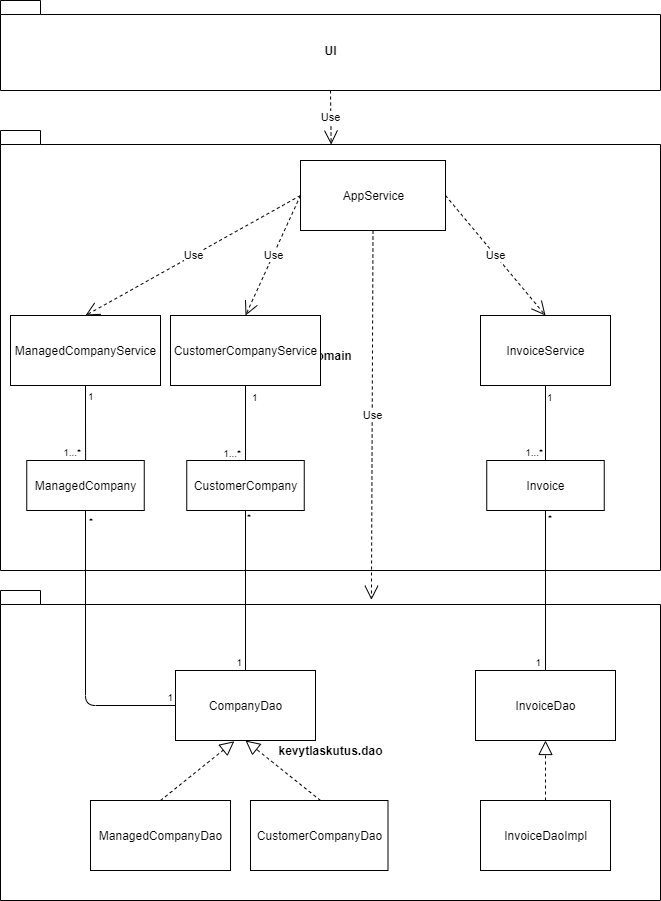
Before: documentation/pakkausluokkakaavio-revisio.png, a diagram exported from draw.io (ilkkamaksy/kevytlaskutus). Source tidied: cells renumbered, new cells last; positions are measured from the earlier drawing's top-left corner, leaving out a move shared by most shapes. The source it was exported from:
```xml
<mxGraphModel>
  <root>
    <mxCell id="0" />
    <mxCell id="1" parent="0" />
    <mxCell id="2" value="domain" style="shape=folder;fontStyle=1;spacingTop=10;tabWidth=40;tabHeight=14;tabPosition=left;html=1;" parent="1" vertex="1">
      <mxGeometry y="130" width="660" height="440" as="geometry" />
    </mxCell>
    <mxCell id="3" value="kevytlaskutus.dao" style="shape=folder;fontStyle=1;spacingTop=10;tabWidth=40;tabHeight=14;tabPosition=left;html=1;" parent="1" vertex="1">
      <mxGeometry y="590" width="660" height="310" as="geometry" />
    </mxCell>
    <mxCell id="4" value="UI" style="shape=folder;fontStyle=1;spacingTop=10;tabWidth=40;tabHeight=14;tabPosition=left;html=1;" parent="1" vertex="1">
      <mxGeometry width="660" height="90" as="geometry" />
    </mxCell>
    <mxCell id="5" value="AppService" style="html=1;" parent="1" vertex="1">
      <mxGeometry x="300" y="160" width="145" height="70" as="geometry" />
    </mxCell>
    <mxCell id="6" value="CustomerCompanyService" style="html=1;" parent="1" vertex="1">
      <mxGeometry x="170" y="315" width="150" height="70" as="geometry" />
    </mxCell>
    <mxCell id="7" value="ManagedCompanyService" style="html=1;" parent="1" vertex="1">
      <mxGeometry x="10" y="315" width="150" height="70" as="geometry" />
    </mxCell>
    <mxCell id="8" value="InvoiceService" style="html=1;" parent="1" vertex="1">
      <mxGeometry x="480" y="315" width="130" height="70" as="geometry" />
    </mxCell>
    <mxCell id="9" value="CustomerCompany" style="html=1;" parent="1" vertex="1">
      <mxGeometry x="186.2" y="460" width="117.5" height="50" as="geometry" />
    </mxCell>
    <mxCell id="10" value="ManagedCompany" style="html=1;" parent="1" vertex="1">
      <mxGeometry x="26.2" y="460" width="117.5" height="50" as="geometry" />
    </mxCell>
    <mxCell id="11" value="Invoice" style="html=1;" parent="1" vertex="1">
      <mxGeometry x="486.2" y="460" width="117.5" height="50" as="geometry" />
    </mxCell>
    <mxCell id="12" value="Use" style="endArrow=open;endSize=12;dashed=1;html=1;exitX=0.5;exitY=1;exitDx=0;exitDy=0;entryX=0.562;entryY=0.03;entryDx=0;entryDy=0;entryPerimeter=0;" parent="1" edge="1" source="5" target="3">
      <mxGeometry relative="1" as="geometry" />
    </mxCell>
    <mxCell id="13" value="InvoiceDaoImpl" style="html=1;" parent="1" vertex="1">
      <mxGeometry x="480" y="800" width="130" height="70" as="geometry" />
    </mxCell>
    <mxCell id="14" value="CustomerCompanyDao" style="html=1;" parent="1" vertex="1">
      <mxGeometry x="250" y="800" width="137.5" height="70" as="geometry" />
    </mxCell>
    <mxCell id="15" value="ManagedCompanyDao" style="html=1;" parent="1" vertex="1">
      <mxGeometry x="90" y="800" width="140" height="70" as="geometry" />
    </mxCell>
    <mxCell id="16" value="CompanyDao" style="html=1;" parent="1" vertex="1">
      <mxGeometry x="175" y="670" width="140" height="70" as="geometry" />
    </mxCell>
    <mxCell id="17" value="InvoiceDao" style="html=1;" parent="1" vertex="1">
      <mxGeometry x="475" y="670" width="140" height="70" as="geometry" />
    </mxCell>
    <mxCell id="18" style="endArrow=block;dashed=1;endFill=0;endSize=12;html=1;entryX=0.5;entryY=1;entryDx=0;entryDy=0;" parent="1" edge="1" target="16">
      <mxGeometry relative="1" as="geometry">
        <mxPoint x="320" y="800" as="sourcePoint" />
      </mxGeometry>
    </mxCell>
    <mxCell id="19" style="endArrow=block;dashed=1;endFill=0;endSize=12;html=1;entryX=0.42;entryY=1.011;entryDx=0;entryDy=0;entryPerimeter=0;exitX=0.5;exitY=0;exitDx=0;exitDy=0;" parent="1" edge="1" source="15" target="16">
      <mxGeometry relative="1" as="geometry" />
    </mxCell>
    <mxCell id="20" style="endArrow=block;dashed=1;endFill=0;endSize=12;html=1;entryX=0.5;entryY=1;entryDx=0;entryDy=0;exitX=0.5;exitY=0;exitDx=0;exitDy=0;" parent="1" edge="1" source="13" target="17">
      <mxGeometry relative="1" as="geometry" />
    </mxCell>
    <mxCell id="21" value="Use" style="endArrow=open;endSize=12;dashed=1;html=1;exitX=0.5;exitY=1;exitDx=0;exitDy=0;exitPerimeter=0;entryX=0.501;entryY=0.032;entryDx=0;entryDy=0;entryPerimeter=0;" parent="1" edge="1" source="4" target="2">
      <mxGeometry relative="1" as="geometry" />
    </mxCell>
    <mxCell id="22" value="Use" style="endArrow=open;endSize=12;dashed=1;html=1;exitX=0;exitY=0.5;exitDx=0;exitDy=0;entryX=0.5;entryY=0;entryDx=0;entryDy=0;" parent="1" edge="1" source="5" target="7">
      <mxGeometry relative="1" as="geometry" />
    </mxCell>
    <mxCell id="23" value="Use" style="endArrow=open;endSize=12;dashed=1;html=1;exitX=0;exitY=0.5;exitDx=0;exitDy=0;entryX=0.5;entryY=0;entryDx=0;entryDy=0;" parent="1" edge="1" source="5" target="6">
      <mxGeometry relative="1" as="geometry" />
    </mxCell>
    <mxCell id="24" value="Use" style="endArrow=open;endSize=12;dashed=1;html=1;exitX=1;exitY=0.5;exitDx=0;exitDy=0;entryX=0.5;entryY=0;entryDx=0;entryDy=0;" parent="1" edge="1" source="5" target="8">
      <mxGeometry relative="1" as="geometry" />
    </mxCell>
    <mxCell id="25" style="endArrow=none;html=1;edgeStyle=orthogonalEdgeStyle;exitX=0.5;exitY=1;exitDx=0;exitDy=0;" parent="1" edge="1" source="7" target="10">
      <mxGeometry relative="1" as="geometry" />
    </mxCell>
    <mxCell id="26" value="1" style="html=1;align=left;verticalAlign=bottom;labelBackgroundColor=#ffffff;fontSize=10;" parent="25" vertex="1">
      <mxGeometry x="-1" relative="1" as="geometry">
        <mxPoint x="1" y="19" as="offset" />
      </mxGeometry>
    </mxCell>
    <mxCell id="27" value="1...*" style="html=1;align=right;verticalAlign=bottom;labelBackgroundColor=#ffffff;fontSize=10;" parent="25" vertex="1">
      <mxGeometry x="1" relative="1" as="geometry">
        <mxPoint x="-4" as="offset" />
      </mxGeometry>
    </mxCell>
    <mxCell id="28" style="endArrow=none;html=1;edgeStyle=orthogonalEdgeStyle;exitX=0.5;exitY=1;exitDx=0;exitDy=0;entryX=0.5;entryY=0;entryDx=0;entryDy=0;" parent="1" edge="1" source="6" target="9">
      <mxGeometry relative="1" as="geometry" />
    </mxCell>
    <mxCell id="29" value="1" style="html=1;align=left;verticalAlign=bottom;labelBackgroundColor=#ffffff;fontSize=10;" parent="28" vertex="1">
      <mxGeometry x="-1" relative="1" as="geometry">
        <mxPoint x="5" y="20" as="offset" />
      </mxGeometry>
    </mxCell>
    <mxCell id="30" value="1...*" style="html=1;align=right;verticalAlign=bottom;labelBackgroundColor=#ffffff;fontSize=10;" parent="28" vertex="1">
      <mxGeometry x="1" relative="1" as="geometry">
        <mxPoint x="-4" y="1" as="offset" />
      </mxGeometry>
    </mxCell>
    <mxCell id="31" style="endArrow=none;html=1;edgeStyle=orthogonalEdgeStyle;exitX=0.5;exitY=1;exitDx=0;exitDy=0;entryX=0.5;entryY=0;entryDx=0;entryDy=0;" parent="1" edge="1" source="8" target="11">
      <mxGeometry relative="1" as="geometry" />
    </mxCell>
    <mxCell id="32" value="1" style="html=1;align=left;verticalAlign=bottom;labelBackgroundColor=#ffffff;fontSize=10;" parent="31" vertex="1">
      <mxGeometry x="-1" relative="1" as="geometry">
        <mxPoint y="20" as="offset" />
      </mxGeometry>
    </mxCell>
    <mxCell id="33" value="1...*" style="html=1;align=right;verticalAlign=bottom;labelBackgroundColor=#ffffff;fontSize=10;" parent="31" vertex="1">
      <mxGeometry x="1" relative="1" as="geometry">
        <mxPoint x="-2" as="offset" />
      </mxGeometry>
    </mxCell>
    <mxCell id="34" style="endArrow=none;html=1;edgeStyle=orthogonalEdgeStyle;exitX=0.5;exitY=1;exitDx=0;exitDy=0;entryX=0.5;entryY=0;entryDx=0;entryDy=0;" parent="1" edge="1" source="11" target="17">
      <mxGeometry relative="1" as="geometry" />
    </mxCell>
    <mxCell id="35" value="*" style="html=1;align=left;verticalAlign=bottom;labelBackgroundColor=#ffffff;fontSize=10;" parent="34" vertex="1">
      <mxGeometry x="-1" relative="1" as="geometry">
        <mxPoint x="1" y="16" as="offset" />
      </mxGeometry>
    </mxCell>
    <mxCell id="36" value="1" style="html=1;align=right;verticalAlign=bottom;labelBackgroundColor=#ffffff;fontSize=10;" parent="34" vertex="1">
      <mxGeometry x="1" relative="1" as="geometry">
        <mxPoint x="-4" as="offset" />
      </mxGeometry>
    </mxCell>
    <mxCell id="37" style="endArrow=none;html=1;edgeStyle=orthogonalEdgeStyle;exitX=0.5;exitY=1;exitDx=0;exitDy=0;entryX=0.5;entryY=0;entryDx=0;entryDy=0;" parent="1" edge="1" source="9" target="16">
      <mxGeometry relative="1" as="geometry" />
    </mxCell>
    <mxCell id="38" value="*" style="html=1;align=left;verticalAlign=bottom;labelBackgroundColor=#ffffff;fontSize=10;" parent="37" vertex="1">
      <mxGeometry x="-1" relative="1" as="geometry">
        <mxPoint y="15" as="offset" />
      </mxGeometry>
    </mxCell>
    <mxCell id="39" value="1" style="html=1;align=right;verticalAlign=bottom;labelBackgroundColor=#ffffff;fontSize=10;" parent="37" vertex="1">
      <mxGeometry x="1" relative="1" as="geometry">
        <mxPoint x="-3" as="offset" />
      </mxGeometry>
    </mxCell>
    <mxCell id="40" style="endArrow=none;html=1;edgeStyle=orthogonalEdgeStyle;exitX=0.5;exitY=1;exitDx=0;exitDy=0;entryX=0;entryY=0.5;entryDx=0;entryDy=0;" parent="1" edge="1" source="10" target="16">
      <mxGeometry relative="1" as="geometry" />
    </mxCell>
    <mxCell id="41" value="*" style="html=1;align=left;verticalAlign=bottom;labelBackgroundColor=#ffffff;fontSize=10;" parent="40" vertex="1">
      <mxGeometry x="-1" relative="1" as="geometry">
        <mxPoint x="2" y="19" as="offset" />
      </mxGeometry>
    </mxCell>
    <mxCell id="42" value="1" style="html=1;align=right;verticalAlign=bottom;labelBackgroundColor=#ffffff;fontSize=10;" parent="40" vertex="1">
      <mxGeometry x="1" relative="1" as="geometry">
        <mxPoint x="-2" as="offset" />
      </mxGeometry>
    </mxCell>
  </root>
</mxGraphModel>
```
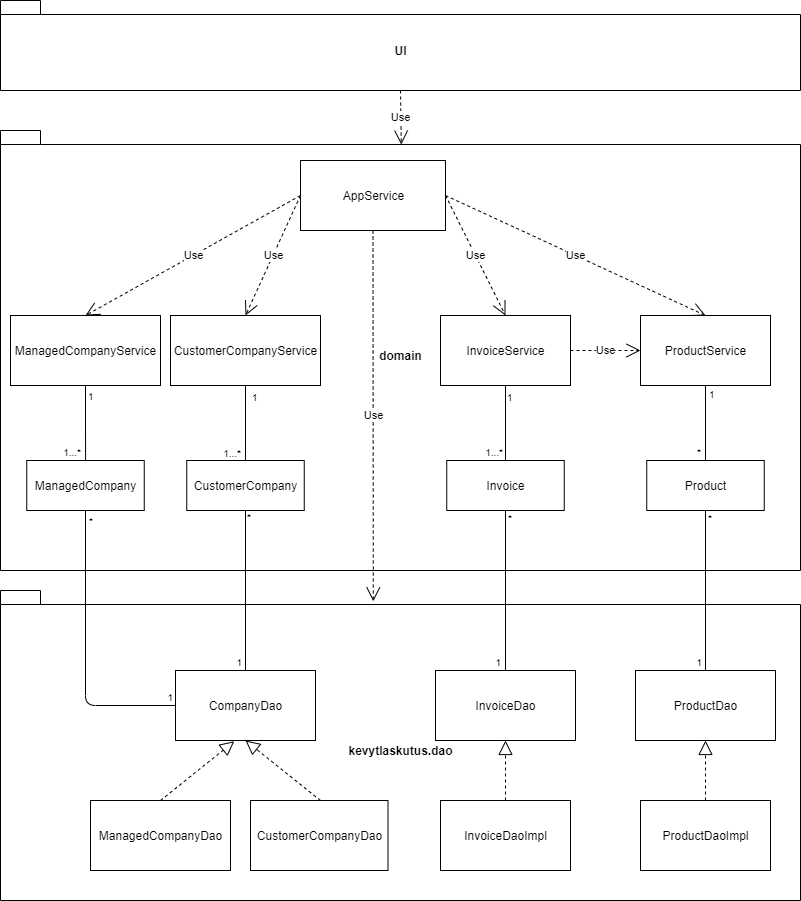
The same file after the commit.

Change to the diagram source:
```diff
@@ -3,13 +3,13 @@
     <mxCell id="0" />
     <mxCell id="1" parent="0" />
     <mxCell id="2" value="domain" style="shape=folder;fontStyle=1;spacingTop=10;tabWidth=40;tabHeight=14;tabPosition=left;html=1;" parent="1" vertex="1">
-      <mxGeometry y="130" width="660" height="440" as="geometry" />
+      <mxGeometry y="130" width="800" height="440" as="geometry" />
     </mxCell>
     <mxCell id="3" value="kevytlaskutus.dao" style="shape=folder;fontStyle=1;spacingTop=10;tabWidth=40;tabHeight=14;tabPosition=left;html=1;" parent="1" vertex="1">
-      <mxGeometry y="590" width="660" height="310" as="geometry" />
+      <mxGeometry y="590" width="800" height="310" as="geometry" />
     </mxCell>
     <mxCell id="4" value="UI" style="shape=folder;fontStyle=1;spacingTop=10;tabWidth=40;tabHeight=14;tabPosition=left;html=1;" parent="1" vertex="1">
-      <mxGeometry width="660" height="90" as="geometry" />
+      <mxGeometry width="800" height="90" as="geometry" />
     </mxCell>
     <mxCell id="5" value="AppService" style="html=1;" parent="1" vertex="1">
       <mxGeometry x="300" y="160" width="145" height="70" as="geometry" />
@@ -21,7 +21,7 @@
       <mxGeometry x="10" y="315" width="150" height="70" as="geometry" />
     </mxCell>
     <mxCell id="8" value="InvoiceService" style="html=1;" parent="1" vertex="1">
-      <mxGeometry x="480" y="315" width="130" height="70" as="geometry" />
+      <mxGeometry x="440" y="315" width="130" height="70" as="geometry" />
     </mxCell>
     <mxCell id="9" value="CustomerCompany" style="html=1;" parent="1" vertex="1">
       <mxGeometry x="186.2" y="460" width="117.5" height="50" as="geometry" />
@@ -30,13 +30,13 @@
       <mxGeometry x="26.2" y="460" width="117.5" height="50" as="geometry" />
     </mxCell>
     <mxCell id="11" value="Invoice" style="html=1;" parent="1" vertex="1">
-      <mxGeometry x="486.2" y="460" width="117.5" height="50" as="geometry" />
+      <mxGeometry x="446.2" y="460" width="117.5" height="50" as="geometry" />
     </mxCell>
-    <mxCell id="12" value="Use" style="endArrow=open;endSize=12;dashed=1;html=1;exitX=0.5;exitY=1;exitDx=0;exitDy=0;entryX=0.562;entryY=0.03;entryDx=0;entryDy=0;entryPerimeter=0;" parent="1" edge="1" source="5" target="3">
+    <mxCell id="12" value="Use" style="endArrow=open;endSize=12;dashed=1;html=1;exitX=0.5;exitY=1;exitDx=0;exitDy=0;entryX=0.466;entryY=0.035;entryDx=0;entryDy=0;entryPerimeter=0;" parent="1" edge="1" source="5" target="3">
       <mxGeometry relative="1" as="geometry" />
     </mxCell>
     <mxCell id="13" value="InvoiceDaoImpl" style="html=1;" parent="1" vertex="1">
-      <mxGeometry x="480" y="800" width="130" height="70" as="geometry" />
+      <mxGeometry x="440" y="800" width="130" height="70" as="geometry" />
     </mxCell>
     <mxCell id="14" value="CustomerCompanyDao" style="html=1;" parent="1" vertex="1">
       <mxGeometry x="250" y="800" width="137.5" height="70" as="geometry" />
@@ -48,7 +48,7 @@
       <mxGeometry x="175" y="670" width="140" height="70" as="geometry" />
     </mxCell>
     <mxCell id="17" value="InvoiceDao" style="html=1;" parent="1" vertex="1">
-      <mxGeometry x="475" y="670" width="140" height="70" as="geometry" />
+      <mxGeometry x="435" y="670" width="140" height="70" as="geometry" />
     </mxCell>
     <mxCell id="18" style="endArrow=block;dashed=1;endFill=0;endSize=12;html=1;entryX=0.5;entryY=1;entryDx=0;entryDy=0;" parent="1" edge="1" target="16">
       <mxGeometry relative="1" as="geometry">
@@ -151,5 +151,52 @@
         <mxPoint x="-2" as="offset" />
       </mxGeometry>
     </mxCell>
+    <mxCell id="43" value="ProductService" style="html=1;" parent="1" vertex="1">
+      <mxGeometry x="640" y="315" width="130" height="70" as="geometry" />
+    </mxCell>
+    <mxCell id="44" value="Product" style="html=1;" parent="1" vertex="1">
+      <mxGeometry x="646.2" y="460" width="117.5" height="50" as="geometry" />
+    </mxCell>
+    <mxCell id="45" style="endArrow=none;html=1;edgeStyle=orthogonalEdgeStyle;exitX=0.5;exitY=1;exitDx=0;exitDy=0;entryX=0.5;entryY=0;entryDx=0;entryDy=0;" parent="1" edge="1" source="43" target="44">
+      <mxGeometry relative="1" as="geometry" />
+    </mxCell>
+    <mxCell id="46" value="1" style="html=1;align=left;verticalAlign=bottom;labelBackgroundColor=#ffffff;fontSize=10;" parent="45" vertex="1">
+      <mxGeometry x="-1" relative="1" as="geometry">
+        <mxPoint x="2" y="17" as="offset" />
+      </mxGeometry>
+    </mxCell>
+    <mxCell id="47" value="*" style="html=1;align=right;verticalAlign=bottom;labelBackgroundColor=#ffffff;fontSize=10;" parent="45" vertex="1">
+      <mxGeometry x="1" relative="1" as="geometry">
+        <mxPoint x="-4" as="offset" />
+      </mxGeometry>
+    </mxCell>
+    <mxCell id="48" value="Use" style="endArrow=open;endSize=12;dashed=1;html=1;exitX=1;exitY=0.5;exitDx=0;exitDy=0;entryX=0.5;entryY=0;entryDx=0;entryDy=0;" parent="1" edge="1" source="5" target="43">
+      <mxGeometry relative="1" as="geometry" />
+    </mxCell>
+    <mxCell id="49" value="ProductDao" style="html=1;" parent="1" vertex="1">
+      <mxGeometry x="635" y="670" width="140" height="70" as="geometry" />
+    </mxCell>
+    <mxCell id="50" value="ProductDaoImpl" style="html=1;" parent="1" vertex="1">
+      <mxGeometry x="640" y="800" width="130" height="70" as="geometry" />
+    </mxCell>
+    <mxCell id="51" style="endArrow=block;dashed=1;endFill=0;endSize=12;html=1;entryX=0.5;entryY=1;entryDx=0;entryDy=0;exitX=0.5;exitY=0;exitDx=0;exitDy=0;" parent="1" edge="1" source="50" target="49">
+      <mxGeometry relative="1" as="geometry" />
+    </mxCell>
+    <mxCell id="52" style="endArrow=none;html=1;edgeStyle=orthogonalEdgeStyle;exitX=0.5;exitY=1;exitDx=0;exitDy=0;entryX=0.5;entryY=0;entryDx=0;entryDy=0;" parent="1" edge="1" source="44" target="49">
+      <mxGeometry relative="1" as="geometry" />
+    </mxCell>
+    <mxCell id="53" value="*" style="html=1;align=left;verticalAlign=bottom;labelBackgroundColor=#ffffff;fontSize=10;" parent="52" vertex="1">
+      <mxGeometry x="-1" relative="1" as="geometry">
+        <mxPoint x="1" y="16" as="offset" />
+      </mxGeometry>
+    </mxCell>
+    <mxCell id="54" value="1" style="html=1;align=right;verticalAlign=bottom;labelBackgroundColor=#ffffff;fontSize=10;" parent="52" vertex="1">
+      <mxGeometry x="1" relative="1" as="geometry">
+        <mxPoint x="-3" as="offset" />
+      </mxGeometry>
+    </mxCell>
+    <mxCell id="55" value="Use" style="endArrow=open;endSize=12;dashed=1;html=1;exitX=1;exitY=0.5;exitDx=0;exitDy=0;entryX=0;entryY=0.5;entryDx=0;entryDy=0;" parent="1" edge="1" source="8" target="43">
+      <mxGeometry relative="1" as="geometry" />
+    </mxCell>
   </root>
 </mxGraphModel>
```
